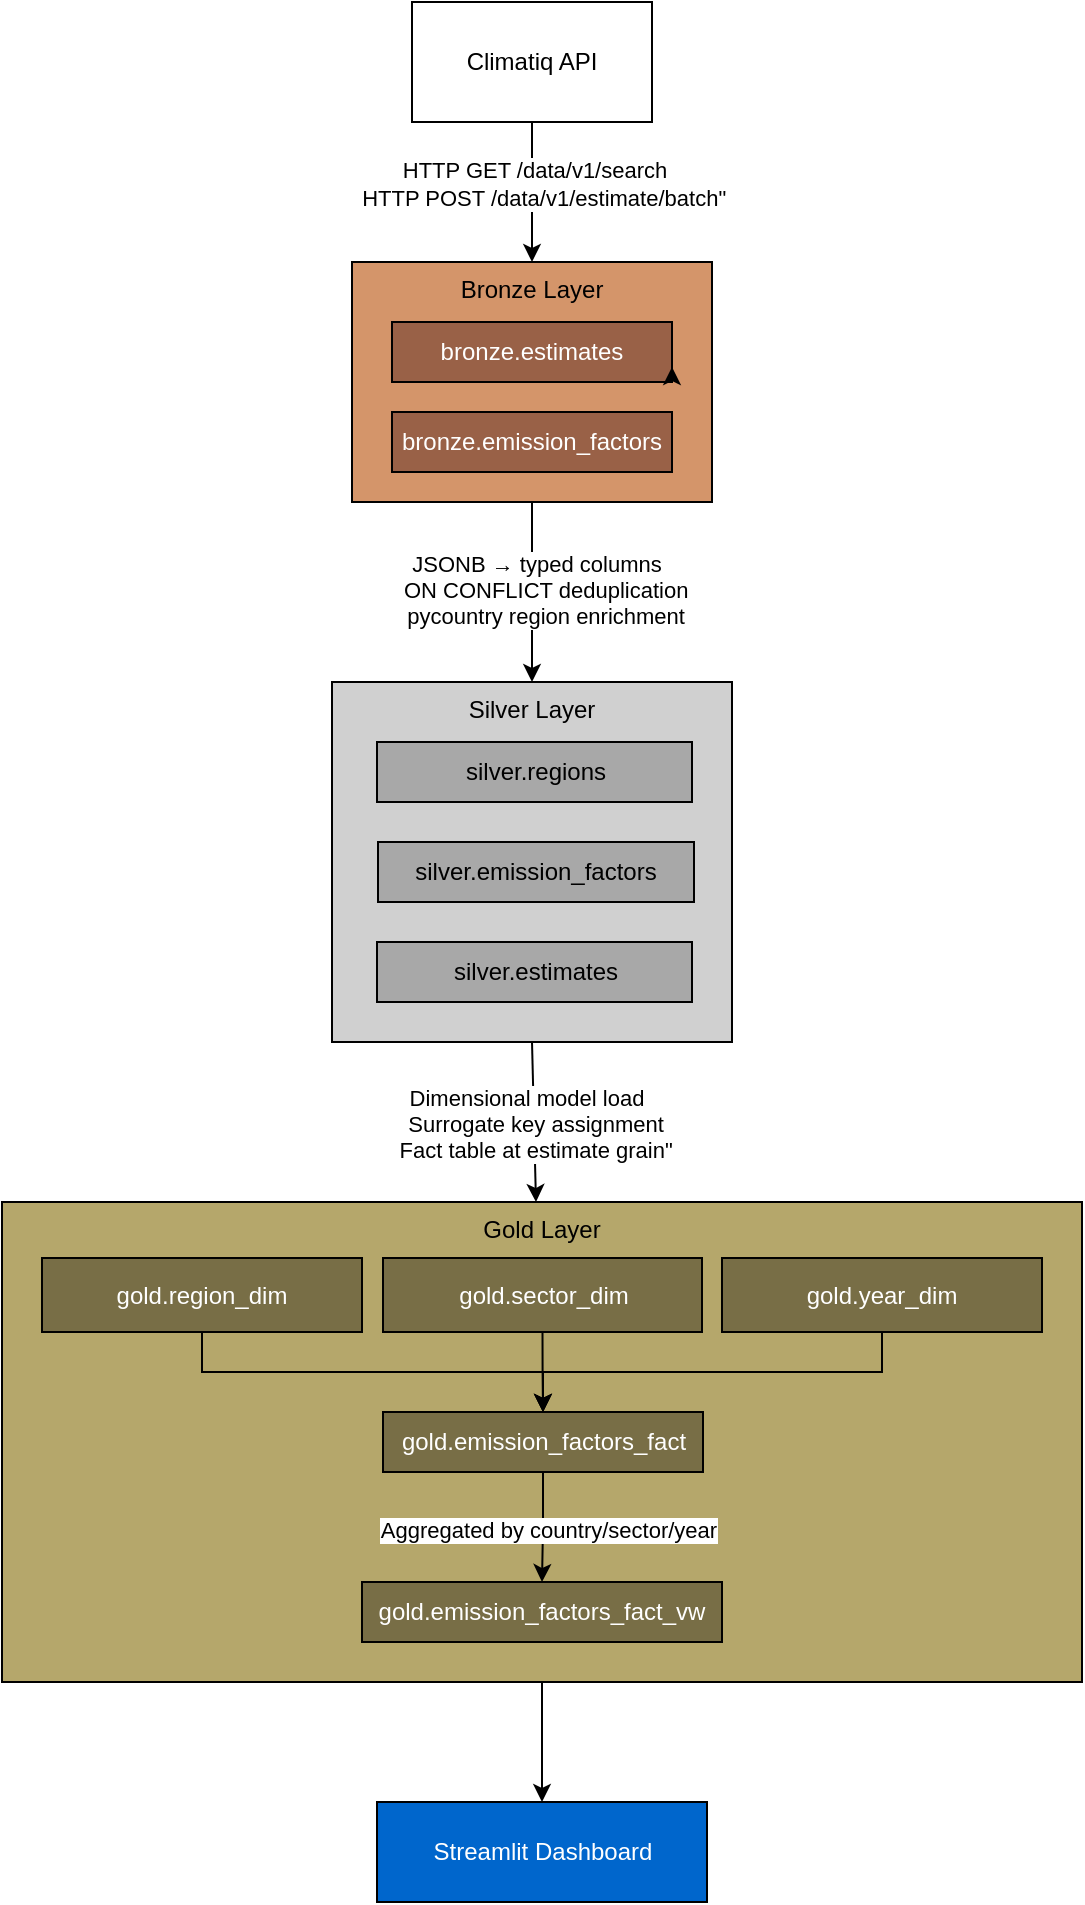
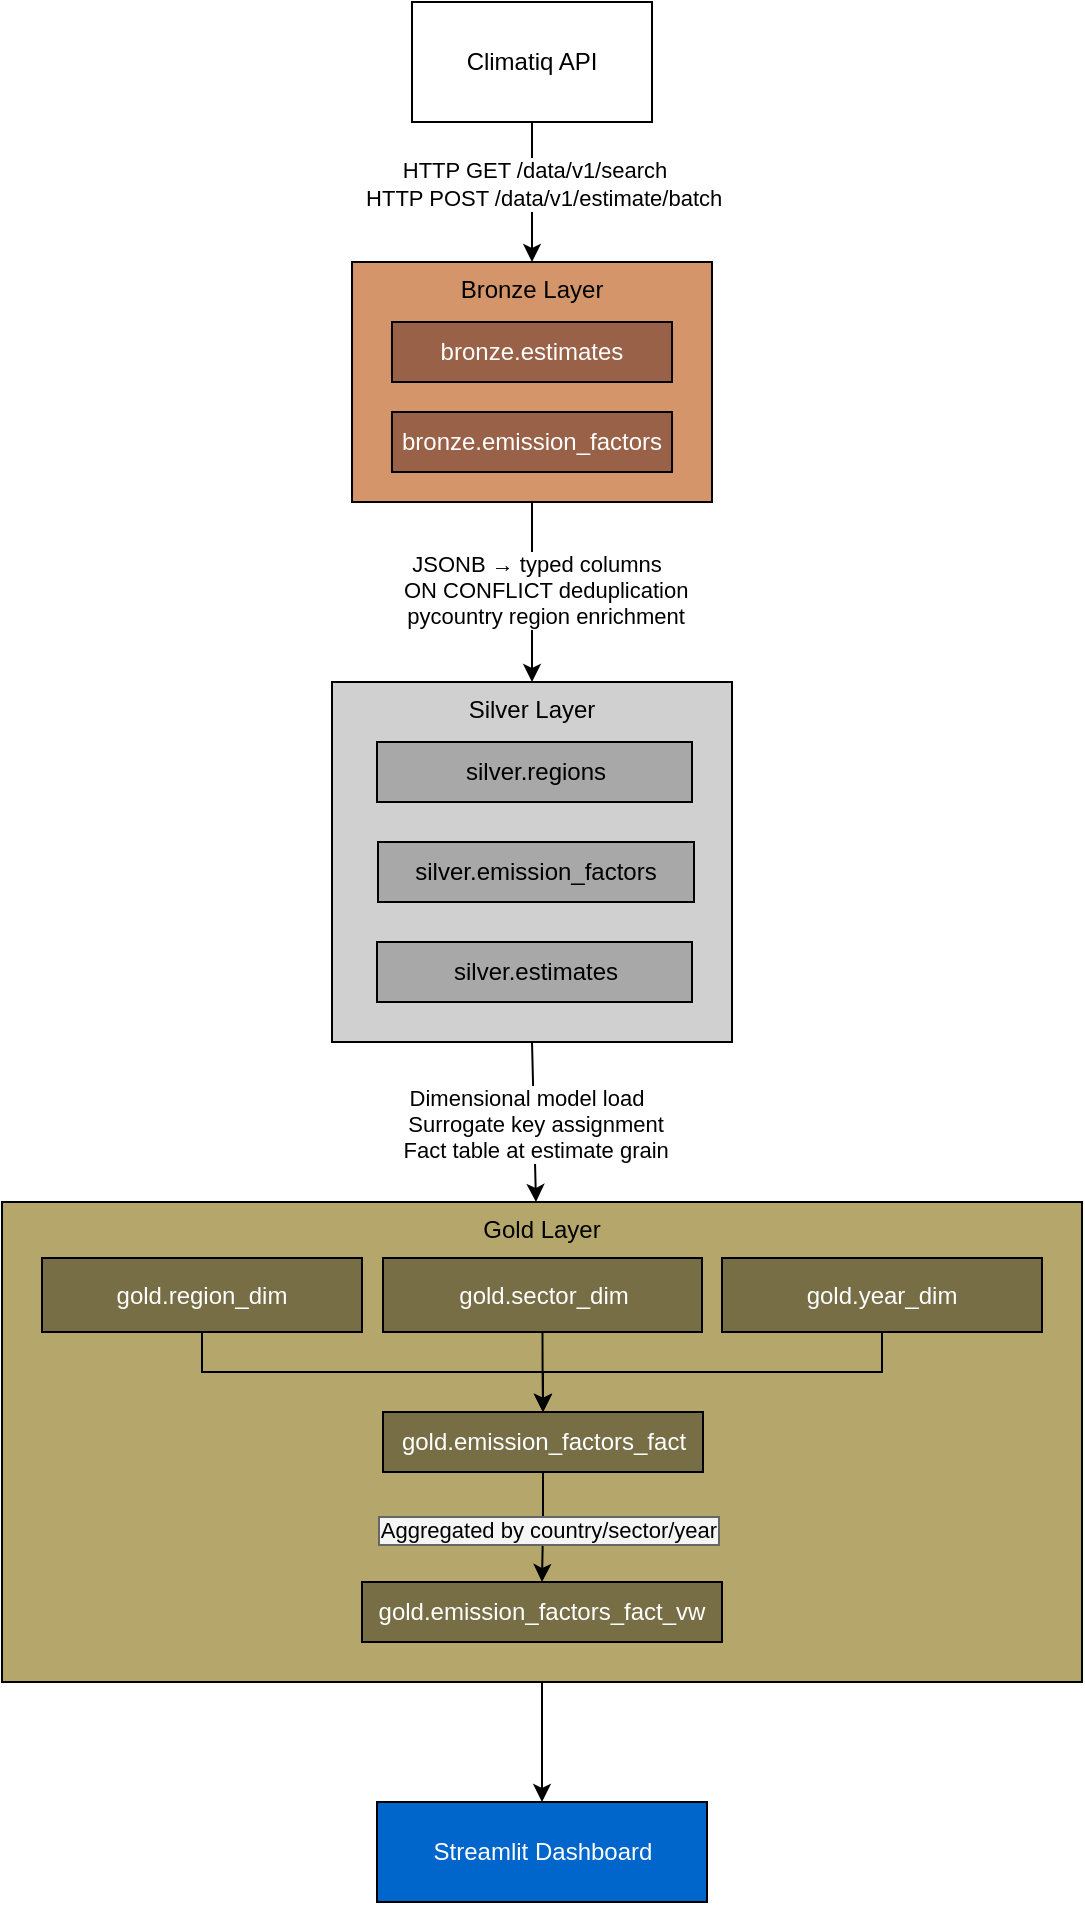
<mxfile host="app.diagrams.net">
  <diagram name="Page-1" id="PaW6ruN1CmiWq6dIFg8w">
    <mxGraphModel grid="1" page="1" gridSize="10" guides="1" tooltips="1" connect="1" arrows="1" fold="1" pageScale="1" pageWidth="850" pageHeight="1100" math="0" shadow="0">
      <root>
        <mxCell id="0" />
        <mxCell id="1" parent="0" />
        <mxCell id="XV0f4pergCoFPn_7m8tc-1" parent="1" style="rounded=0;whiteSpace=wrap;html=1;" value="Climatiq API" vertex="1">
          <mxGeometry height="60" width="120" x="365" y="20" as="geometry" />
        </mxCell>
        <mxCell id="XV0f4pergCoFPn_7m8tc-20" edge="1" parent="1" source="XV0f4pergCoFPn_7m8tc-1" style="endArrow=classic;html=1;rounded=0;exitX=0.5;exitY=1;exitDx=0;exitDy=0;" target="XV0f4pergCoFPn_7m8tc-11" value="">
          <mxGeometry height="50" relative="1" width="50" as="geometry">
            <mxPoint x="610" y="300" as="sourcePoint" />
            <mxPoint x="500" y="340" as="targetPoint" />
          </mxGeometry>
        </mxCell>
-         <mxCell id="if3Ss7LNdMrihXFWUeQy-28" connectable="0" parent="XV0f4pergCoFPn_7m8tc-20" style="edgeLabel;html=1;align=center;verticalAlign=middle;resizable=0;points=[];" value="&lt;div&gt;HTTP GET /data/v1/search&lt;/div&gt;&lt;div&gt;&amp;nbsp; &amp;nbsp;HTTP POST /data/v1/estimate/batch&quot;&lt;/div&gt;" vertex="1">
+         <mxCell id="if3Ss7LNdMrihXFWUeQy-28" connectable="0" parent="XV0f4pergCoFPn_7m8tc-20" style="edgeLabel;html=1;align=center;verticalAlign=middle;resizable=0;points=[];" value="&lt;div&gt;HTTP GET /data/v1/search&lt;/div&gt;&lt;div&gt;&amp;nbsp; &amp;nbsp;HTTP POST /data/v1/estimate/batch&lt;/div&gt;" vertex="1">
          <mxGeometry relative="1" x="-0.1333" y="1" as="geometry">
            <mxPoint as="offset" />
          </mxGeometry>
        </mxCell>
        <mxCell id="XV0f4pergCoFPn_7m8tc-34" edge="1" parent="1" source="XV0f4pergCoFPn_7m8tc-11" style="endArrow=classic;html=1;rounded=0;exitX=0.5;exitY=1;exitDx=0;exitDy=0;entryX=0.5;entryY=0;entryDx=0;entryDy=0;" target="XV0f4pergCoFPn_7m8tc-17" value="">
          <mxGeometry height="50" relative="1" width="50" as="geometry">
            <mxPoint x="580" y="210" as="sourcePoint" />
            <mxPoint x="590" y="290" as="targetPoint" />
          </mxGeometry>
        </mxCell>
        <mxCell id="if3Ss7LNdMrihXFWUeQy-27" connectable="0" parent="XV0f4pergCoFPn_7m8tc-34" style="edgeLabel;html=1;align=center;verticalAlign=middle;resizable=0;points=[];" value="&lt;div&gt;JSONB → typed columns&lt;/div&gt;&lt;div&gt;&amp;nbsp; &amp;nbsp;ON CONFLICT deduplication&lt;/div&gt;&lt;div&gt;&amp;nbsp; &amp;nbsp;pycountry region enrichment&lt;/div&gt;" vertex="1">
          <mxGeometry relative="1" x="-0.24" y="3" as="geometry">
            <mxPoint x="-1" y="10" as="offset" />
          </mxGeometry>
        </mxCell>
        <mxCell id="if3Ss7LNdMrihXFWUeQy-21" connectable="0" parent="1" style="group" value="" vertex="1">
          <mxGeometry height="120" width="180" x="335" y="150" as="geometry" />
        </mxCell>
        <mxCell id="XV0f4pergCoFPn_7m8tc-11" parent="if3Ss7LNdMrihXFWUeQy-21" style="fillColor=#D4956A;verticalAlign=top;container=0;" value="Bronze Layer&#xa;" vertex="1">
          <mxGeometry height="120" width="180" as="geometry" />
        </mxCell>
        <mxCell id="XV0f4pergCoFPn_7m8tc-8" parent="if3Ss7LNdMrihXFWUeQy-21" style="text;whiteSpace=wrap;html=1;fillColor=#996147;fillStyle=solid;strokeColor=default;align=center;fontColor=#3D1F00;verticalAlign=middle;container=0;" value="&lt;div style=&quot;&quot;&gt;&lt;span style=&quot;background-color: transparent;&quot;&gt;&lt;font style=&quot;color: rgb(255, 255, 255);&quot;&gt;bronze.estimates&lt;/font&gt;&lt;/span&gt;&lt;/div&gt;" vertex="1">
          <mxGeometry height="30" width="140" x="20" y="30" as="geometry" />
        </mxCell>
        <mxCell id="XV0f4pergCoFPn_7m8tc-27" parent="if3Ss7LNdMrihXFWUeQy-21" style="text;whiteSpace=wrap;html=1;fillColor=#996147;fillStyle=solid;strokeColor=default;align=center;fontColor=#3D1F00;verticalAlign=middle;container=0;" value="&lt;div style=&quot;&quot;&gt;&lt;span style=&quot;background-color: transparent;&quot;&gt;&lt;font style=&quot;color: rgb(255, 255, 255);&quot;&gt;bronze.emission_factors&lt;/font&gt;&lt;/span&gt;&lt;/div&gt;" vertex="1">
          <mxGeometry height="30" width="140" x="20" y="75" as="geometry" />
        </mxCell>
-         <mxCell id="if3Ss7LNdMrihXFWUeQy-20" edge="1" parent="if3Ss7LNdMrihXFWUeQy-21" source="XV0f4pergCoFPn_7m8tc-8" style="edgeStyle=orthogonalEdgeStyle;rounded=0;orthogonalLoop=1;jettySize=auto;html=1;exitX=1;exitY=1;exitDx=0;exitDy=0;entryX=1;entryY=0.75;entryDx=0;entryDy=0;" target="XV0f4pergCoFPn_7m8tc-8">
-           <mxGeometry relative="1" as="geometry" />
-         </mxCell>
        <mxCell id="if3Ss7LNdMrihXFWUeQy-29" connectable="0" parent="1" style="group" value="" vertex="1">
          <mxGeometry height="180" width="200" x="325" y="360" as="geometry" />
        </mxCell>
        <mxCell id="XV0f4pergCoFPn_7m8tc-17" parent="if3Ss7LNdMrihXFWUeQy-29" style="fillColor=#D0D0D0;verticalAlign=top;container=0;" value="Silver Layer" vertex="1">
          <mxGeometry height="180" width="200" as="geometry" />
        </mxCell>
        <mxCell id="XV0f4pergCoFPn_7m8tc-28" parent="if3Ss7LNdMrihXFWUeQy-29" style="text;whiteSpace=wrap;html=1;fillColor=#A8A8A8;fillStyle=solid;strokeColor=default;align=center;fontColor=default;verticalAlign=middle;container=0;" value="silver.regions" vertex="1">
          <mxGeometry height="30" width="157.5" x="22.5" y="30" as="geometry" />
        </mxCell>
        <mxCell id="XV0f4pergCoFPn_7m8tc-32" parent="if3Ss7LNdMrihXFWUeQy-29" style="text;whiteSpace=wrap;html=1;fillColor=#A8A8A8;fillStyle=solid;strokeColor=default;align=center;fontColor=default;verticalAlign=middle;container=0;" value="silver.emission_factors" vertex="1">
          <mxGeometry height="30" width="158" x="23" y="80" as="geometry" />
        </mxCell>
        <mxCell id="XV0f4pergCoFPn_7m8tc-33" parent="if3Ss7LNdMrihXFWUeQy-29" style="text;whiteSpace=wrap;html=1;fillColor=#A8A8A8;fillStyle=solid;strokeColor=default;align=center;fontColor=default;verticalAlign=middle;container=0;" value="silver.estimates" vertex="1">
          <mxGeometry height="30" width="157.5" x="22.5" y="130" as="geometry" />
        </mxCell>
        <mxCell id="if3Ss7LNdMrihXFWUeQy-30" edge="1" parent="1" source="XV0f4pergCoFPn_7m8tc-17" style="endArrow=classic;html=1;rounded=0;exitX=0.5;exitY=1;exitDx=0;exitDy=0;" target="if3Ss7LNdMrihXFWUeQy-15" value="">
          <mxGeometry height="50" relative="1" width="50" as="geometry">
            <mxPoint x="420" y="540" as="sourcePoint" />
            <mxPoint x="220" y="620" as="targetPoint" />
          </mxGeometry>
        </mxCell>
-         <mxCell id="if3Ss7LNdMrihXFWUeQy-31" connectable="0" parent="if3Ss7LNdMrihXFWUeQy-30" style="edgeLabel;html=1;align=center;verticalAlign=middle;resizable=0;points=[];" value="&lt;div&gt;Dimensional model load&lt;/div&gt;&lt;div&gt;&amp;nbsp; &amp;nbsp;Surrogate key assignment&lt;/div&gt;&lt;div&gt;&amp;nbsp; &amp;nbsp;Fact table at estimate grain&quot;&lt;/div&gt;" vertex="1">
+         <mxCell id="if3Ss7LNdMrihXFWUeQy-31" connectable="0" parent="if3Ss7LNdMrihXFWUeQy-30" style="edgeLabel;html=1;align=center;verticalAlign=middle;resizable=0;points=[];" value="&lt;div&gt;Dimensional model load&lt;/div&gt;&lt;div&gt;&amp;nbsp; &amp;nbsp;Surrogate key assignment&lt;/div&gt;&lt;div&gt;&amp;nbsp; &amp;nbsp;Fact table at estimate grain&lt;/div&gt;" vertex="1">
          <mxGeometry relative="1" x="-0.24" y="3" as="geometry">
            <mxPoint x="-7" y="10" as="offset" />
          </mxGeometry>
        </mxCell>
        <mxCell id="if3Ss7LNdMrihXFWUeQy-15" parent="1" style="bacgroundcolor=#D3AF37;fillColor=#B5A76B;verticalAlign=top;container=0;" value="Gold Layer" vertex="1">
          <mxGeometry height="240" width="540" x="160" y="620" as="geometry" />
        </mxCell>
        <mxCell id="if3Ss7LNdMrihXFWUeQy-34" edge="1" parent="1" source="if3Ss7LNdMrihXFWUeQy-8" style="edgeStyle=orthogonalEdgeStyle;rounded=0;orthogonalLoop=1;jettySize=auto;html=1;exitX=0.5;exitY=1;exitDx=0;exitDy=0;entryX=0.5;entryY=0;entryDx=0;entryDy=0;" target="if3Ss7LNdMrihXFWUeQy-18">
          <mxGeometry relative="1" as="geometry" />
        </mxCell>
        <mxCell id="if3Ss7LNdMrihXFWUeQy-8" parent="1" style="text;whiteSpace=wrap;html=1;fillColor=#786E46;fillStyle=solid;strokeColor=default;align=center;fontColor=#3D1F00;verticalAlign=middle;container=0;" value="&lt;div style=&quot;&quot;&gt;&lt;span style=&quot;background-color: transparent;&quot;&gt;&lt;font style=&quot;color: rgb(255, 255, 255);&quot;&gt;gold.region_dim&lt;/font&gt;&lt;/span&gt;&lt;/div&gt;" vertex="1">
          <mxGeometry height="37" width="160" x="180" y="648" as="geometry" />
        </mxCell>
        <mxCell id="if3Ss7LNdMrihXFWUeQy-36" edge="1" parent="1" source="if3Ss7LNdMrihXFWUeQy-16" style="edgeStyle=orthogonalEdgeStyle;rounded=0;orthogonalLoop=1;jettySize=auto;html=1;exitX=0.5;exitY=1;exitDx=0;exitDy=0;entryX=0.5;entryY=0;entryDx=0;entryDy=0;" target="if3Ss7LNdMrihXFWUeQy-18">
          <mxGeometry relative="1" as="geometry" />
        </mxCell>
        <mxCell id="if3Ss7LNdMrihXFWUeQy-16" parent="1" style="text;whiteSpace=wrap;html=1;fillColor=#786E46;fillStyle=solid;strokeColor=default;align=center;fontColor=#3D1F00;verticalAlign=middle;container=0;" value="&lt;div style=&quot;&quot;&gt;&lt;span style=&quot;background-color: transparent;&quot;&gt;&lt;font style=&quot;color: rgb(255, 255, 255);&quot;&gt;gold.sector_dim&lt;/font&gt;&lt;/span&gt;&lt;/div&gt;" vertex="1">
          <mxGeometry height="37" width="159.5" x="350.5" y="648" as="geometry" />
        </mxCell>
        <mxCell id="if3Ss7LNdMrihXFWUeQy-38" edge="1" parent="1" source="if3Ss7LNdMrihXFWUeQy-17" style="edgeStyle=orthogonalEdgeStyle;rounded=0;orthogonalLoop=1;jettySize=auto;html=1;exitX=0.5;exitY=1;exitDx=0;exitDy=0;entryX=0.5;entryY=0;entryDx=0;entryDy=0;" target="if3Ss7LNdMrihXFWUeQy-18">
          <mxGeometry relative="1" as="geometry" />
        </mxCell>
        <mxCell id="if3Ss7LNdMrihXFWUeQy-17" parent="1" style="text;whiteSpace=wrap;html=1;fillColor=#786E46;fillStyle=solid;strokeColor=default;align=center;fontColor=#3D1F00;verticalAlign=middle;container=0;" value="&lt;div style=&quot;&quot;&gt;&lt;span style=&quot;background-color: transparent;&quot;&gt;&lt;font style=&quot;color: rgb(255, 255, 255);&quot;&gt;gold.year_dim&lt;/font&gt;&lt;/span&gt;&lt;/div&gt;" vertex="1">
          <mxGeometry height="37" width="160" x="520" y="648" as="geometry" />
        </mxCell>
        <mxCell id="if3Ss7LNdMrihXFWUeQy-42" edge="1" parent="1" source="if3Ss7LNdMrihXFWUeQy-18" style="edgeStyle=orthogonalEdgeStyle;rounded=0;orthogonalLoop=1;jettySize=auto;html=1;entryX=0.5;entryY=0;entryDx=0;entryDy=0;" target="if3Ss7LNdMrihXFWUeQy-23">
          <mxGeometry relative="1" as="geometry" />
        </mxCell>
-         <mxCell id="if3Ss7LNdMrihXFWUeQy-54" connectable="0" parent="if3Ss7LNdMrihXFWUeQy-42" style="edgeLabel;html=1;align=center;verticalAlign=middle;resizable=0;points=[];" value="Aggregated by country/sector/year" vertex="1">
+         <mxCell id="if3Ss7LNdMrihXFWUeQy-54" connectable="0" parent="if3Ss7LNdMrihXFWUeQy-42" style="edgeLabel;html=1;align=center;verticalAlign=middle;resizable=0;points=[];labelBackgroundColor=#f5f5f5;labelBorderColor=#666666;" value="Aggregated by country/sector/year" vertex="1">
          <mxGeometry relative="1" x="-0.0123" y="2" as="geometry">
            <mxPoint x="2" y="-1" as="offset" />
          </mxGeometry>
        </mxCell>
        <mxCell id="if3Ss7LNdMrihXFWUeQy-18" parent="1" style="text;whiteSpace=wrap;html=1;fillColor=#786E46;fillStyle=solid;strokeColor=default;align=center;fontColor=#3D1F00;verticalAlign=middle;container=0;" value="&lt;div style=&quot;&quot;&gt;&lt;span style=&quot;background-color: transparent;&quot;&gt;&lt;font style=&quot;color: rgb(255, 255, 255);&quot;&gt;gold.emission_factors_fact&lt;/font&gt;&lt;/span&gt;&lt;/div&gt;" vertex="1">
          <mxGeometry height="30" width="160" x="350.5" y="725" as="geometry" />
        </mxCell>
        <mxCell id="if3Ss7LNdMrihXFWUeQy-23" parent="1" style="text;whiteSpace=wrap;html=1;fillColor=#786E46;fillStyle=solid;strokeColor=default;align=center;fontColor=#3D1F00;verticalAlign=middle;container=0;" value="&lt;div style=&quot;&quot;&gt;&lt;span style=&quot;background-color: transparent;&quot;&gt;&lt;font style=&quot;color: rgb(255, 255, 255);&quot;&gt;gold.emission_factors_fact_vw&lt;/font&gt;&lt;/span&gt;&lt;/div&gt;" vertex="1">
          <mxGeometry height="30" width="180" x="340" y="810" as="geometry" />
        </mxCell>
        <mxCell id="if3Ss7LNdMrihXFWUeQy-24" parent="1" style="text;whiteSpace=wrap;html=1;fillColor=#0066CC;fillStyle=solid;strokeColor=default;align=center;fontColor=#3D1F00;verticalAlign=middle;container=0;" value="&lt;div style=&quot;&quot;&gt;&lt;span style=&quot;background-color: transparent;&quot;&gt;&lt;font style=&quot;color: rgb(255, 255, 255);&quot;&gt;Streamlit Dashboard&lt;/font&gt;&lt;/span&gt;&lt;/div&gt;" vertex="1">
          <mxGeometry height="50" width="165" x="347.5" y="920" as="geometry" />
        </mxCell>
        <mxCell id="if3Ss7LNdMrihXFWUeQy-46" edge="1" parent="1" source="if3Ss7LNdMrihXFWUeQy-15" style="endArrow=classic;html=1;rounded=0;entryX=0.5;entryY=0;entryDx=0;entryDy=0;exitX=0.5;exitY=1;exitDx=0;exitDy=0;" target="if3Ss7LNdMrihXFWUeQy-24" value="">
          <mxGeometry height="50" relative="1" width="50" as="geometry">
            <mxPoint x="260" y="650" as="sourcePoint" />
            <mxPoint x="310" y="600" as="targetPoint" />
          </mxGeometry>
        </mxCell>
      </root>
    </mxGraphModel>
  </diagram>
</mxfile>
